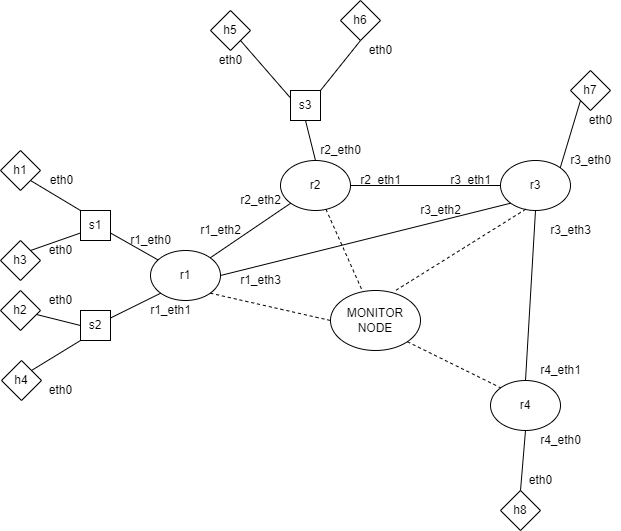
Above: multi_net_router/multi_net_topo.png in hsajjad14/Router_Networking (draw.io), before the change. Source tidied: cells renumbered, new cells last; positions are measured from the earlier drawing's top-left corner, leaving out a move shared by most shapes.
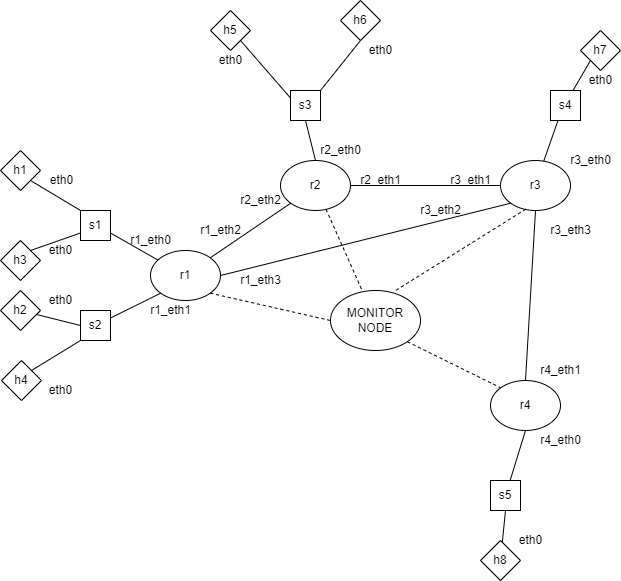
After the commit.

What changed in the source:
```diff
@@ -69,11 +69,8 @@
       <mxGeometry x="500" y="160" width="70" height="50" as="geometry" />
     </mxCell>
     <mxCell id="24" value="h7" style="rhombus;whiteSpace=wrap;html=1;" parent="1" vertex="1">
-      <mxGeometry x="570" y="70" width="40" height="40" as="geometry" />
+      <mxGeometry x="580" y="30" width="40" height="40" as="geometry" />
     </mxCell>
-    <mxCell id="25" style="endArrow=none;html=1;rounded=0;entryX=0;entryY=1;entryDx=0;entryDy=0;exitX=1;exitY=0;exitDx=0;exitDy=0;" parent="1" edge="1" source="23" target="24">
-      <mxGeometry relative="1" as="geometry" />
-    </mxCell>
     <mxCell id="26" style="endArrow=none;html=1;rounded=0;exitX=1;exitY=0.5;exitDx=0;exitDy=0;entryX=0;entryY=0.5;entryDx=0;entryDy=0;" parent="1" edge="1" source="15" target="23">
       <mxGeometry relative="1" as="geometry" />
     </mxCell>
@@ -84,9 +81,9 @@
       <mxGeometry relative="1" as="geometry" />
     </mxCell>
     <mxCell id="29" value="h8" style="rhombus;whiteSpace=wrap;html=1;" parent="1" vertex="1">
-      <mxGeometry x="500" y="490" width="40" height="40" as="geometry" />
+      <mxGeometry x="480" y="540" width="40" height="40" as="geometry" />
     </mxCell>
-    <mxCell id="30" style="endArrow=none;html=1;rounded=0;entryX=0.5;entryY=1;entryDx=0;entryDy=0;exitX=0.5;exitY=0;exitDx=0;exitDy=0;" parent="1" edge="1" source="29" target="27">
+    <mxCell id="30" style="endArrow=none;html=1;rounded=0;entryX=0.5;entryY=1;entryDx=0;entryDy=0;" parent="1" edge="1" source="61" target="27">
       <mxGeometry relative="1" as="geometry" />
     </mxCell>
     <mxCell id="31" style="endArrow=none;html=1;rounded=0;exitX=1;exitY=0.5;exitDx=0;exitDy=0;entryX=0;entryY=1;entryDx=0;entryDy=0;" parent="1" edge="1" source="2" target="23">
@@ -147,10 +144,10 @@
       <mxGeometry x="530" y="430" width="60" height="20" as="geometry" />
     </mxCell>
     <mxCell id="50" value="eth0" style="text;html=1;align=center;verticalAlign=middle;strokeColor=none;fillColor=none;" parent="1" vertex="1">
-      <mxGeometry x="520" y="470" width="40" height="20" as="geometry" />
+      <mxGeometry x="510" y="530" width="40" height="20" as="geometry" />
     </mxCell>
     <mxCell id="51" value="eth0" style="text;html=1;align=center;verticalAlign=middle;strokeColor=none;fillColor=none;" parent="1" vertex="1">
-      <mxGeometry x="580" y="110" width="40" height="20" as="geometry" />
+      <mxGeometry x="580" y="70" width="40" height="20" as="geometry" />
     </mxCell>
     <mxCell id="52" value="eth0" style="text;html=1;align=center;verticalAlign=middle;strokeColor=none;fillColor=none;" parent="1" vertex="1">
       <mxGeometry x="360" y="40" width="40" height="20" as="geometry" />
@@ -170,5 +167,20 @@
     <mxCell id="57" value="eth0" style="text;html=1;align=center;verticalAlign=middle;strokeColor=none;fillColor=none;" parent="1" vertex="1">
       <mxGeometry x="40" y="380" width="40" height="20" as="geometry" />
     </mxCell>
+    <mxCell id="58" value="s4" style="whiteSpace=wrap;html=1;rotation=0;" parent="1" vertex="1">
+      <mxGeometry x="550" y="90" width="30" height="30" as="geometry" />
+    </mxCell>
+    <mxCell id="59" style="endArrow=none;html=1;rounded=0;exitX=0.25;exitY=1;exitDx=0;exitDy=0;" parent="1" edge="1" source="58" target="23">
+      <mxGeometry relative="1" as="geometry" />
+    </mxCell>
+    <mxCell id="60" style="endArrow=none;html=1;rounded=0;exitX=0;exitY=1;exitDx=0;exitDy=0;entryX=0.75;entryY=0;entryDx=0;entryDy=0;" parent="1" edge="1" source="24" target="58">
+      <mxGeometry relative="1" as="geometry" />
+    </mxCell>
+    <mxCell id="61" value="s5" style="whiteSpace=wrap;html=1;rotation=0;" parent="1" vertex="1">
+      <mxGeometry x="490" y="480" width="30" height="30" as="geometry" />
+    </mxCell>
+    <mxCell id="62" style="endArrow=none;html=1;rounded=0;entryX=0.5;entryY=1;entryDx=0;entryDy=0;" parent="1" edge="1" source="29" target="61">
+      <mxGeometry relative="1" as="geometry" />
+    </mxCell>
   </root>
 </mxGraphModel>
```
